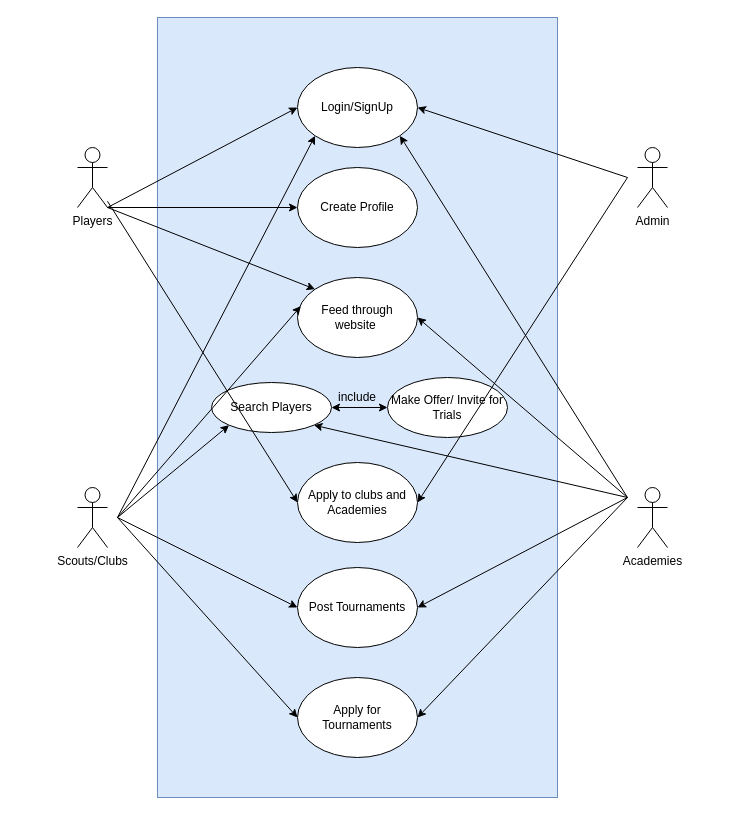
Above: Untitled Diagram.drawio in anumathew-25/anumathew-25 (draw.io), before the change. Source tidied: cells renumbered, new cells numbered last; positions are measured from the earlier drawing's top-left corner, leaving out a move shared by most shapes. Both pictures are drawn from the tidied source at 100%, with x=0, y=0 at pixel (77, 17).
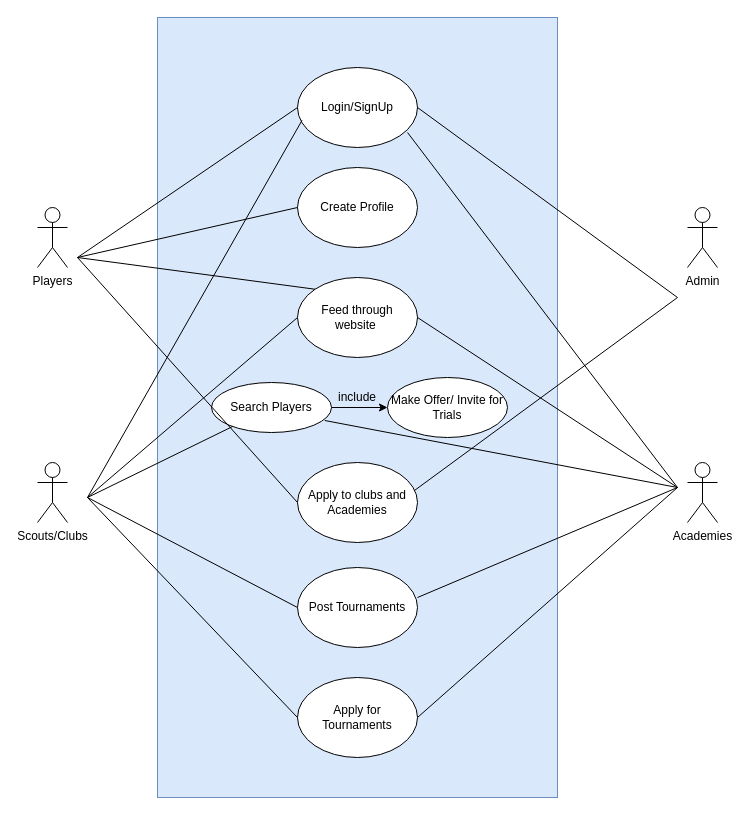
Above is the later version.

Unchanged cells that the change refers to:
```xml
<mxCell id="4" value="Login/SignUp" style="ellipse;whiteSpace=wrap;html=1;" parent="1" vertex="1">
  <mxGeometry x="220" y="50" width="120" height="80" as="geometry" />
</mxCell>
<mxCell id="8" value="Create Profile" style="ellipse;whiteSpace=wrap;html=1;" parent="1" vertex="1">
  <mxGeometry x="220" y="150" width="120" height="80" as="geometry" />
</mxCell>
<mxCell id="9" value="Feed through website&amp;nbsp;" style="ellipse;whiteSpace=wrap;html=1;" parent="1" vertex="1">
  <mxGeometry x="220" y="260" width="120" height="80" as="geometry" />
</mxCell>
<mxCell id="10" value="Search Players" style="ellipse;whiteSpace=wrap;html=1;" parent="1" vertex="1">
  <mxGeometry x="134" y="365" width="120" height="50" as="geometry" />
</mxCell>
<mxCell id="11" value="Make Offer/ Invite for Trials" style="ellipse;whiteSpace=wrap;html=1;" parent="1" vertex="1">
  <mxGeometry x="310" y="360" width="120" height="60" as="geometry" />
</mxCell>
<mxCell id="12" value="Apply to clubs and Academies" style="ellipse;whiteSpace=wrap;html=1;" parent="1" vertex="1">
  <mxGeometry x="220" y="445" width="120" height="80" as="geometry" />
</mxCell>
<mxCell id="13" value="Post Tournaments" style="ellipse;whiteSpace=wrap;html=1;" parent="1" vertex="1">
  <mxGeometry x="220" y="550" width="120" height="80" as="geometry" />
</mxCell>
<mxCell id="14" value="Apply for Tournaments" style="ellipse;whiteSpace=wrap;html=1;" parent="1" vertex="1">
  <mxGeometry x="220" y="660" width="120" height="80" as="geometry" />
</mxCell>
```

What changed in the source:
```diff
@@
     <mxCell id="3" value="Players" style="shape=umlActor;verticalLabelPosition=bottom;verticalAlign=top;html=1;outlineConnect=0;" parent="1" vertex="1">
-      <mxGeometry y="130" width="30" height="60" as="geometry" />
+      <mxGeometry x="-40" y="190" width="30" height="60" as="geometry" />
     </mxCell>
@@
     <mxCell id="5" value="Admin" style="shape=umlActor;verticalLabelPosition=bottom;verticalAlign=top;html=1;" parent="1" vertex="1">
-      <mxGeometry x="560" y="130" width="30" height="60" as="geometry" />
+      <mxGeometry x="610" y="190" width="30" height="60" as="geometry" />
     </mxCell>
     <mxCell id="6" value="Scouts/Clubs" style="shape=umlActor;verticalLabelPosition=bottom;verticalAlign=top;html=1;" parent="1" vertex="1">
-      <mxGeometry y="470" width="30" height="60" as="geometry" />
+      <mxGeometry x="-40" y="445" width="30" height="60" as="geometry" />
     </mxCell>
     <mxCell id="7" value="Academies" style="shape=umlActor;verticalLabelPosition=bottom;verticalAlign=top;html=1;" parent="1" vertex="1">
-      <mxGeometry x="560" y="470" width="30" height="60" as="geometry" />
+      <mxGeometry x="610" y="445" width="30" height="60" as="geometry" />
     </mxCell>
@@
-    <mxCell id="15" style="endArrow=classic;html=1;rounded=0;entryX=0;entryY=0.5;entryDx=0;entryDy=0;exitX=1;exitY=1;exitDx=0;exitDy=0;exitPerimeter=0;" parent="1" edge="1" source="3" target="4">
-      <mxGeometry relative="1" as="geometry" />
-    </mxCell>
-    <mxCell id="16" style="endArrow=classic;html=1;rounded=0;entryX=0;entryY=0.5;entryDx=0;entryDy=0;" parent="1" edge="1" target="8">
-      <mxGeometry relative="1" as="geometry">
-        <mxPoint x="30" y="190" as="sourcePoint" />
-      </mxGeometry>
-    </mxCell>
-    <mxCell id="17" style="endArrow=classic;html=1;rounded=0;entryX=0;entryY=0;entryDx=0;entryDy=0;" parent="1" edge="1" target="9">
-      <mxGeometry relative="1" as="geometry">
-        <mxPoint x="30" y="190" as="sourcePoint" />
-      </mxGeometry>
-    </mxCell>
-    <mxCell id="18" style="endArrow=classic;html=1;rounded=0;entryX=0;entryY=0.5;entryDx=0;entryDy=0;" parent="1" edge="1" source="3" target="12">
-      <mxGeometry relative="1" as="geometry" />
-    </mxCell>
-    <mxCell id="19" style="endArrow=classic;html=1;rounded=0;entryX=1;entryY=0.5;entryDx=0;entryDy=0;" parent="1" edge="1" target="4">
-      <mxGeometry relative="1" as="geometry">
-        <mxPoint x="550" y="160" as="sourcePoint" />
-      </mxGeometry>
-    </mxCell>
-    <mxCell id="20" style="endArrow=classic;html=1;rounded=0;entryX=1;entryY=0.5;entryDx=0;entryDy=0;" parent="1" edge="1" target="12">
-      <mxGeometry relative="1" as="geometry">
-        <mxPoint x="550" y="160" as="sourcePoint" />
-      </mxGeometry>
-    </mxCell>
-    <mxCell id="21" style="endArrow=classic;html=1;rounded=0;entryX=1;entryY=1;entryDx=0;entryDy=0;" parent="1" edge="1" target="4">
-      <mxGeometry relative="1" as="geometry">
-        <mxPoint x="550" y="480" as="sourcePoint" />
-      </mxGeometry>
-    </mxCell>
-    <mxCell id="22" style="endArrow=classic;html=1;rounded=0;entryX=1;entryY=0.5;entryDx=0;entryDy=0;" parent="1" edge="1" target="9">
-      <mxGeometry relative="1" as="geometry">
-        <mxPoint x="550" y="480" as="sourcePoint" />
-      </mxGeometry>
-    </mxCell>
-    <mxCell id="23" style="endArrow=classic;html=1;rounded=0;entryX=1;entryY=1;entryDx=0;entryDy=0;" parent="1" edge="1" target="10">
-      <mxGeometry relative="1" as="geometry">
-        <mxPoint x="550" y="480" as="sourcePoint" />
-      </mxGeometry>
-    </mxCell>
-    <mxCell id="24" style="endArrow=classic;html=1;rounded=0;entryX=1;entryY=0.5;entryDx=0;entryDy=0;" parent="1" edge="1" target="13">
-      <mxGeometry relative="1" as="geometry">
-        <mxPoint x="550" y="480" as="sourcePoint" />
-      </mxGeometry>
-    </mxCell>
-    <mxCell id="25" style="endArrow=classic;html=1;rounded=0;entryX=1;entryY=0.5;entryDx=0;entryDy=0;" parent="1" edge="1" target="14">
-      <mxGeometry relative="1" as="geometry">
-        <mxPoint x="550" y="480" as="sourcePoint" />
-      </mxGeometry>
-    </mxCell>
-    <mxCell id="26" style="endArrow=classic;html=1;rounded=0;entryX=0;entryY=1;entryDx=0;entryDy=0;" parent="1" edge="1" target="4">
-      <mxGeometry relative="1" as="geometry">
-        <mxPoint x="40" y="500" as="sourcePoint" />
-      </mxGeometry>
-    </mxCell>
-    <mxCell id="27" style="endArrow=classic;html=1;rounded=0;entryX=0.028;entryY=0.358;entryDx=0;entryDy=0;entryPerimeter=0;" parent="1" edge="1" target="9">
-      <mxGeometry relative="1" as="geometry">
-        <mxPoint x="40" y="500" as="sourcePoint" />
-      </mxGeometry>
-    </mxCell>
-    <mxCell id="28" style="endArrow=classic;html=1;rounded=0;entryX=0;entryY=1;entryDx=0;entryDy=0;" parent="1" edge="1" target="10">
-      <mxGeometry relative="1" as="geometry">
-        <mxPoint x="40" y="500" as="sourcePoint" />
-      </mxGeometry>
-    </mxCell>
-    <mxCell id="29" style="endArrow=classic;html=1;rounded=0;entryX=0;entryY=0.5;entryDx=0;entryDy=0;" parent="1" edge="1" target="13">
-      <mxGeometry relative="1" as="geometry">
-        <mxPoint x="40" y="500" as="sourcePoint" />
-      </mxGeometry>
-    </mxCell>
-    <mxCell id="30" style="endArrow=classic;html=1;rounded=0;entryX=0;entryY=0.5;entryDx=0;entryDy=0;" parent="1" edge="1" target="14">
-      <mxGeometry relative="1" as="geometry">
-        <mxPoint x="40" y="500" as="sourcePoint" />
-      </mxGeometry>
-    </mxCell>
+    <mxCell id="32" value="include" style="text;html=1;strokeColor=none;fillColor=none;align=center;verticalAlign=middle;whiteSpace=wrap;rounded=0;" parent="1" vertex="1">
+      <mxGeometry x="250" y="365" width="60" height="30" as="geometry" />
+    </mxCell>
-    <mxCell id="31" style="endArrow=classic;startArrow=classic;html=1;rounded=0;entryX=0;entryY=0.5;entryDx=0;entryDy=0;exitX=1;exitY=0.5;exitDx=0;exitDy=0;" parent="1" edge="1" source="10" target="11">
+    <mxCell id="31" style="endArrow=classic;html=1;rounded=0;exitX=1;exitY=0.5;exitDx=0;exitDy=0;entryX=0;entryY=0.5;entryDx=0;entryDy=0;" parent="1" edge="1" source="10" target="11">
       <mxGeometry relative="1" as="geometry" />
     </mxCell>
-    <mxCell id="32" value="include" style="text;html=1;strokeColor=none;fillColor=none;align=center;verticalAlign=middle;whiteSpace=wrap;rounded=0;" parent="1" vertex="1">
-      <mxGeometry x="250" y="365" width="60" height="30" as="geometry" />
-    </mxCell>
+    <mxCell id="33" style="endArrow=none;html=1;rounded=0;entryX=0;entryY=0.5;entryDx=0;entryDy=0;" parent="1" edge="1" target="4">
+      <mxGeometry relative="1" as="geometry">
+        <mxPoint y="240" as="sourcePoint" />
+      </mxGeometry>
+    </mxCell>
+    <mxCell id="34" style="endArrow=none;html=1;rounded=0;entryX=0;entryY=0.5;entryDx=0;entryDy=0;" parent="1" edge="1" target="8">
+      <mxGeometry relative="1" as="geometry">
+        <mxPoint y="240" as="sourcePoint" />
+      </mxGeometry>
+    </mxCell>
+    <mxCell id="35" style="endArrow=none;html=1;rounded=0;entryX=0;entryY=0;entryDx=0;entryDy=0;" parent="1" edge="1" target="9">
+      <mxGeometry relative="1" as="geometry">
+        <mxPoint y="240" as="sourcePoint" />
+      </mxGeometry>
+    </mxCell>
+    <mxCell id="36" style="endArrow=none;html=1;rounded=0;entryX=0;entryY=0.5;entryDx=0;entryDy=0;" parent="1" edge="1" target="12">
+      <mxGeometry relative="1" as="geometry">
+        <mxPoint y="240" as="sourcePoint" />
+      </mxGeometry>
+    </mxCell>
+    <mxCell id="37" style="endArrow=none;html=1;rounded=0;entryX=0.038;entryY=0.66;entryDx=0;entryDy=0;entryPerimeter=0;" parent="1" edge="1" target="4">
+      <mxGeometry relative="1" as="geometry">
+        <mxPoint x="10" y="480" as="sourcePoint" />
+      </mxGeometry>
+    </mxCell>
+    <mxCell id="38" style="endArrow=none;html=1;rounded=0;entryX=0;entryY=0.5;entryDx=0;entryDy=0;" parent="1" edge="1" target="9">
+      <mxGeometry relative="1" as="geometry">
+        <mxPoint x="10" y="480" as="sourcePoint" />
+      </mxGeometry>
+    </mxCell>
+    <mxCell id="39" style="endArrow=none;html=1;rounded=0;" parent="1" edge="1" target="10">
+      <mxGeometry relative="1" as="geometry">
+        <mxPoint x="10" y="480" as="sourcePoint" />
+      </mxGeometry>
+    </mxCell>
+    <mxCell id="40" style="endArrow=none;html=1;rounded=0;entryX=0;entryY=0.5;entryDx=0;entryDy=0;" parent="1" edge="1" target="13">
+      <mxGeometry relative="1" as="geometry">
+        <mxPoint x="10" y="480" as="sourcePoint" />
+      </mxGeometry>
+    </mxCell>
+    <mxCell id="41" style="endArrow=none;html=1;rounded=0;entryX=0;entryY=0.5;entryDx=0;entryDy=0;" parent="1" edge="1" target="14">
+      <mxGeometry relative="1" as="geometry">
+        <mxPoint x="10" y="480" as="sourcePoint" />
+      </mxGeometry>
+    </mxCell>
+    <mxCell id="42" style="endArrow=none;html=1;rounded=0;exitX=1;exitY=0.5;exitDx=0;exitDy=0;" parent="1" edge="1" source="4">
+      <mxGeometry relative="1" as="geometry">
+        <mxPoint x="600" y="280" as="targetPoint" />
+      </mxGeometry>
+    </mxCell>
+    <mxCell id="43" style="endArrow=none;html=1;rounded=0;exitX=0.973;exitY=0.352;exitDx=0;exitDy=0;exitPerimeter=0;" parent="1" edge="1" source="12">
+      <mxGeometry relative="1" as="geometry">
+        <mxPoint x="600" y="280" as="targetPoint" />
+      </mxGeometry>
+    </mxCell>
+    <mxCell id="44" style="endArrow=none;html=1;rounded=0;entryX=0.917;entryY=0.813;entryDx=0;entryDy=0;entryPerimeter=0;" parent="1" edge="1" target="4">
+      <mxGeometry relative="1" as="geometry">
+        <mxPoint x="600" y="470" as="sourcePoint" />
+      </mxGeometry>
+    </mxCell>
+    <mxCell id="45" style="endArrow=none;html=1;rounded=0;entryX=1;entryY=0.5;entryDx=0;entryDy=0;" parent="1" edge="1" target="9">
+      <mxGeometry relative="1" as="geometry">
+        <mxPoint x="600" y="470" as="sourcePoint" />
+      </mxGeometry>
+    </mxCell>
+    <mxCell id="46" style="endArrow=none;html=1;rounded=0;exitX=0.944;exitY=0.76;exitDx=0;exitDy=0;exitPerimeter=0;" parent="1" edge="1" source="10">
+      <mxGeometry relative="1" as="geometry">
+        <mxPoint x="600" y="470" as="targetPoint" />
+      </mxGeometry>
+    </mxCell>
+    <mxCell id="47" style="endArrow=none;html=1;rounded=0;exitX=1;exitY=0.375;exitDx=0;exitDy=0;exitPerimeter=0;" parent="1" edge="1" source="13">
+      <mxGeometry relative="1" as="geometry">
+        <mxPoint x="600" y="470" as="targetPoint" />
+      </mxGeometry>
+    </mxCell>
+    <mxCell id="48" style="endArrow=none;html=1;rounded=0;exitX=1;exitY=0.5;exitDx=0;exitDy=0;" parent="1" edge="1" source="14">
+      <mxGeometry relative="1" as="geometry">
+        <mxPoint x="600" y="470" as="targetPoint" />
+      </mxGeometry>
+    </mxCell>
```
